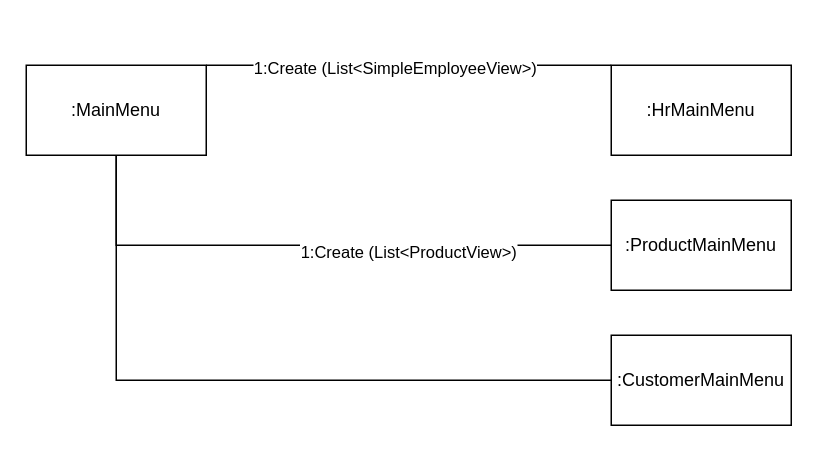
Earlier version of the draw.io diagram docs/Communication_Diagram.drawio (ahorban1989/Shop_ppz31). Source tidied: cells renumbered, new cells numbered last; positions are measured from the earlier drawing's top-left corner, leaving out a move shared by most shapes. Both pictures are drawn from the tidied source at 150%, with x=0, y=0 at pixel (26, 64).
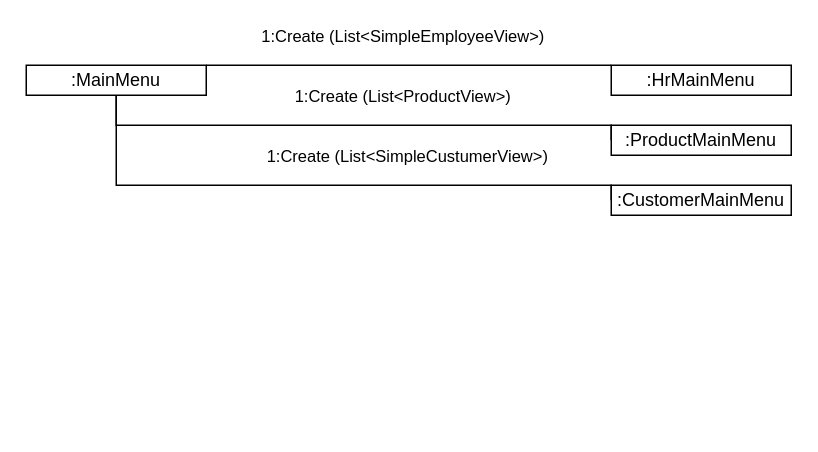
The same page after the edit.

Diff of the diagram source:
```diff
@@
 <mxGraphModel>
   <root>
     <mxCell id="0" />
     <mxCell id="1" parent="0" />
     <mxCell id="2" style="edgeStyle=orthogonalEdgeStyle;rounded=0;jettySize=auto;html=1;endArrow=none;endFill=0;" parent="1" edge="1" source="6" target="7">
       <mxGeometry relative="1" as="geometry">
         <Array as="points">
           <mxPoint x="270" />
           <mxPoint x="270" />
         </Array>
       </mxGeometry>
     </mxCell>
     <mxCell id="3" value="1:Create (List&amp;lt;SimpleEmployeeView&amp;gt;)" style="edgeLabel;html=1;align=center;verticalAlign=middle;" parent="2" vertex="1">
       <mxGeometry x="0.11" y="-25" relative="1" as="geometry">
-        <mxPoint x="-25" y="-24" as="offset" />
+        <mxPoint x="-20" y="-45" as="offset" />
       </mxGeometry>
     </mxCell>
     <mxCell id="4" style="edgeStyle=orthogonalEdgeStyle;rounded=0;jettySize=auto;html=1;entryX=0;entryY=0.5;entryDx=0;entryDy=0;endArrow=none;endFill=0;exitX=0.5;exitY=1;exitDx=0;exitDy=0;" parent="1" edge="1" source="6" target="8">
       <mxGeometry relative="1" as="geometry">
         <Array as="points">
-          <mxPoint x="60" y="120" />
+          <mxPoint x="60" y="40" />
+          <mxPoint x="390" y="40" />
         </Array>
       </mxGeometry>
     </mxCell>
     <mxCell id="5" value="1:Create (List&amp;lt;ProductView&amp;gt;)" style="edgeLabel;html=1;align=center;verticalAlign=middle;" parent="4" vertex="1">
-      <mxGeometry x="0.3" y="-4" relative="1" as="geometry" />
+      <mxGeometry x="0.3" y="-4" relative="1" as="geometry">
+        <mxPoint x="-24" y="-24" as="offset" />
+      </mxGeometry>
     </mxCell>
     <mxCell id="6" value=":MainMenu" style="rounded=0;whiteSpace=wrap;html=1;" parent="1" vertex="1">
-      <mxGeometry width="120" height="60" as="geometry" />
+      <mxGeometry width="120" height="20" as="geometry" />
     </mxCell>
     <mxCell id="7" value=":HrMainMenu" style="rounded=0;whiteSpace=wrap;html=1;" parent="1" vertex="1">
-      <mxGeometry x="390" width="120" height="60" as="geometry" />
+      <mxGeometry x="390" width="120" height="20" as="geometry" />
     </mxCell>
     <mxCell id="8" value=":ProductMainMenu" style="rounded=0;whiteSpace=wrap;html=1;" parent="1" vertex="1">
-      <mxGeometry x="390" y="90" width="120" height="60" as="geometry" />
+      <mxGeometry x="390" y="40" width="120" height="20" as="geometry" />
     </mxCell>
     <mxCell id="9" value=":CustomerMainMenu" style="rounded=0;whiteSpace=wrap;html=1;" parent="1" vertex="1">
-      <mxGeometry x="390" y="180" width="120" height="60" as="geometry" />
+      <mxGeometry x="390" y="80" width="120" height="20" as="geometry" />
     </mxCell>
     <mxCell id="10" style="edgeStyle=orthogonalEdgeStyle;rounded=0;jettySize=auto;html=1;entryX=0;entryY=0.5;entryDx=0;entryDy=0;endArrow=none;endFill=0;exitX=0.5;exitY=1;exitDx=0;exitDy=0;" parent="1" edge="1" source="6" target="9">
       <mxGeometry relative="1" as="geometry">
         <Array as="points">
-          <mxPoint x="60" y="210" />
+          <mxPoint x="60" y="80" />
+          <mxPoint x="390" y="80" />
         </Array>
       </mxGeometry>
     </mxCell>
+    <mxCell id="11" value="1:Create (List&amp;lt;SimpleCustumerView&amp;gt;)" style="edgeLabel;html=1;align=center;verticalAlign=middle;" parent="10" vertex="1">
+      <mxGeometry x="0.19" y="3" relative="1" as="geometry">
+        <mxPoint x="15" y="-17" as="offset" />
+      </mxGeometry>
+    </mxCell>
   </root>
 </mxGraphModel>
```
